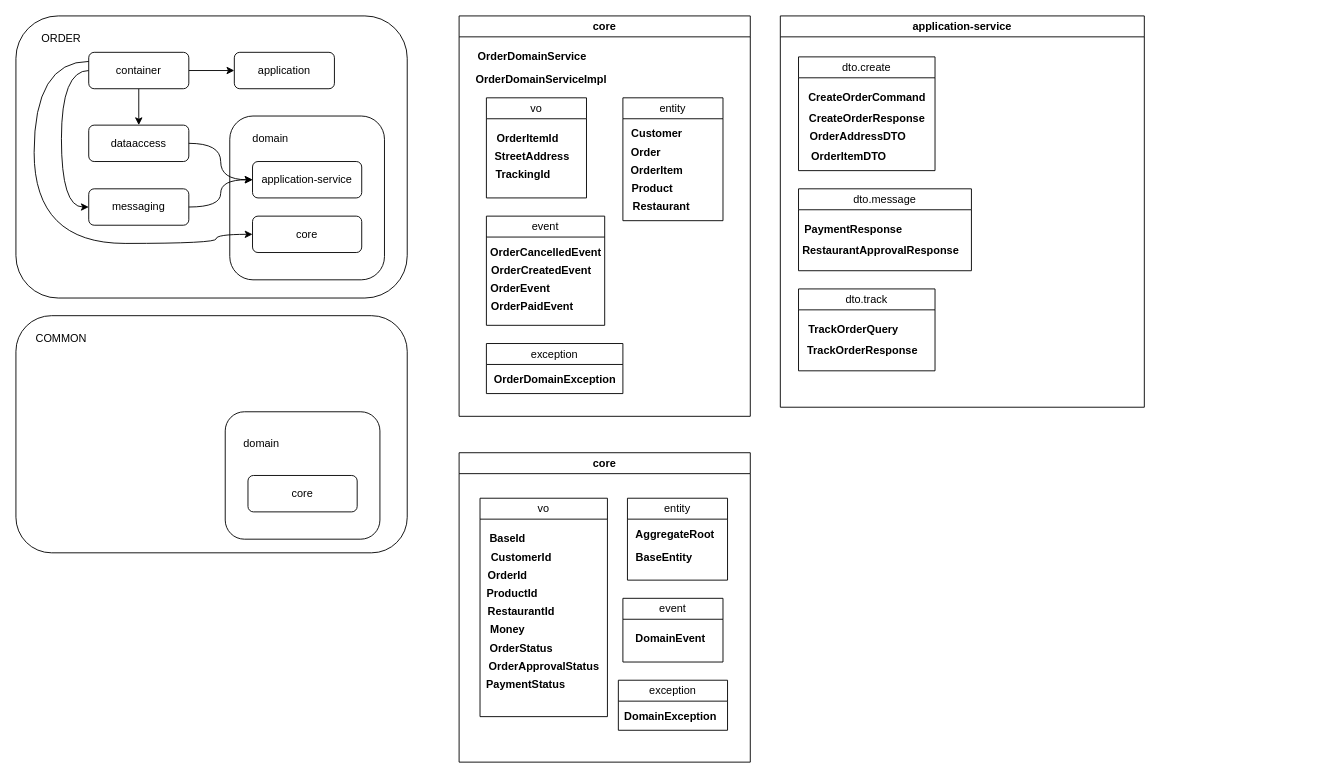
Before: jays-fos-blueprint1.drawio in jays-codes/diagrams, a draw.io diagram. Source tidied: cells renumbered, new cells numbered last; positions are measured from the earlier drawing's top-left corner, leaving out a move shared by most shapes. Both pictures are drawn from the tidied source at 91%, with x=0, y=0 at pixel (15, 15).
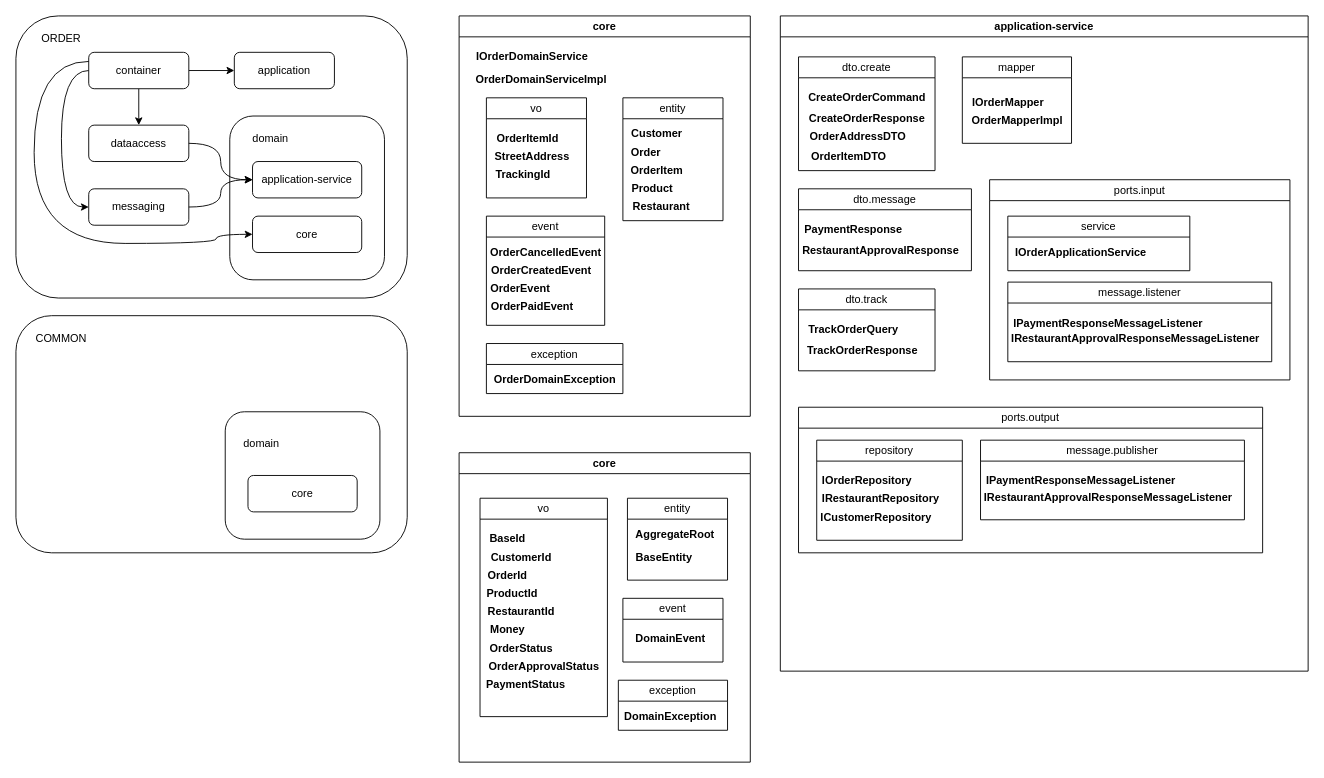
Above is the later version.

Commit message:
added for order-application-service; input output ports

The change refers to these unchanged cells:
```xml
<mxCell id="26" value="core" style="swimlane;whiteSpace=wrap;html=1;" parent="1" vertex="1">
  <mxGeometry x="487" width="320" height="440" as="geometry" />
</mxCell>
```

Diff of the diagram source:
```diff
@@
     <mxCell id="2" value="application-service" style="swimlane;whiteSpace=wrap;html=1;" parent="1" vertex="1">
-      <mxGeometry x="840" width="400" height="430" as="geometry" />
+      <mxGeometry x="840" width="580" height="720" as="geometry" />
     </mxCell>
@@
+    <mxCell id="74" value="&lt;span style=&quot;font-weight: normal;&quot;&gt;mapper&lt;/span&gt;" style="swimlane;whiteSpace=wrap;html=1;align=center;" parent="2" vertex="1">
+      <mxGeometry x="200" y="45" width="120" height="95" as="geometry" />
+    </mxCell>
+    <mxCell id="75" value="IOrderMapper" style="text;html=1;align=center;verticalAlign=middle;strokeColor=none;fillColor=none;fontStyle=1;" parent="74" vertex="1">
+      <mxGeometry y="35" width="100" height="30" as="geometry" />
+    </mxCell>
+    <mxCell id="76" value="OrderMapperImpl" style="text;html=1;align=center;verticalAlign=middle;strokeColor=none;fillColor=none;fontStyle=1;" parent="74" vertex="1">
+      <mxGeometry y="55" width="120" height="30" as="geometry" />
+    </mxCell>
+    <mxCell id="77" value="&lt;span style=&quot;font-weight: normal;&quot;&gt;ports.input&lt;/span&gt;" style="swimlane;whiteSpace=wrap;html=1;align=center;" parent="2" vertex="1">
+      <mxGeometry x="230" y="180" width="330" height="220" as="geometry" />
+    </mxCell>
+    <mxCell id="78" value="&lt;span style=&quot;font-weight: normal;&quot;&gt;service&lt;/span&gt;" style="swimlane;whiteSpace=wrap;html=1;align=center;" parent="77" vertex="1">
+      <mxGeometry x="20" y="40" width="200" height="60" as="geometry" />
+    </mxCell>
+    <mxCell id="79" value="IOrderApplicationService" style="text;html=1;align=center;verticalAlign=middle;strokeColor=none;fillColor=none;fontStyle=1;" parent="78" vertex="1">
+      <mxGeometry y="25" width="160" height="30" as="geometry" />
+    </mxCell>
+    <mxCell id="80" value="&lt;span style=&quot;font-weight: normal;&quot;&gt;message.listener&lt;/span&gt;" style="swimlane;whiteSpace=wrap;html=1;align=center;" parent="77" vertex="1">
+      <mxGeometry x="20" y="112.5" width="290" height="87.5" as="geometry" />
+    </mxCell>
+    <mxCell id="81" value="IPaymentResponseMessageListener" style="text;html=1;align=center;verticalAlign=middle;strokeColor=none;fillColor=none;fontStyle=1;" parent="80" vertex="1">
+      <mxGeometry y="30" width="220" height="30" as="geometry" />
+    </mxCell>
+    <mxCell id="82" value="IRestaurantApprovalResponse&lt;span style=&quot;background-color: initial;&quot;&gt;MessageListener&lt;/span&gt;" style="text;html=1;align=center;verticalAlign=middle;strokeColor=none;fillColor=none;fontStyle=1;" parent="80" vertex="1">
+      <mxGeometry y="47.5" width="280" height="30" as="geometry" />
+    </mxCell>
+    <mxCell id="83" value="&lt;span style=&quot;font-weight: normal;&quot;&gt;ports.output&lt;/span&gt;" style="swimlane;whiteSpace=wrap;html=1;align=center;" parent="2" vertex="1">
+      <mxGeometry x="20" y="430" width="510" height="160" as="geometry" />
+    </mxCell>
+    <mxCell id="84" value="&lt;span style=&quot;font-weight: normal;&quot;&gt;repository&lt;/span&gt;" style="swimlane;whiteSpace=wrap;html=1;align=center;" parent="83" vertex="1">
+      <mxGeometry x="20" y="36.2" width="160" height="110" as="geometry" />
+    </mxCell>
+    <mxCell id="85" value="IOrderRepository" style="text;html=1;align=center;verticalAlign=middle;strokeColor=none;fillColor=none;fontStyle=1;" parent="84" vertex="1">
+      <mxGeometry y="30" width="110" height="30" as="geometry" />
+    </mxCell>
+    <mxCell id="86" value="IRestaurantRepository" style="text;html=1;align=center;verticalAlign=middle;strokeColor=none;fillColor=none;fontStyle=1;" parent="84" vertex="1">
+      <mxGeometry y="50" width="140" height="30" as="geometry" />
+    </mxCell>
+    <mxCell id="87" value="ICustomerRepository" style="text;html=1;align=center;verticalAlign=middle;strokeColor=none;fillColor=none;fontStyle=1;" parent="84" vertex="1">
+      <mxGeometry x="-5" y="70" width="140" height="30" as="geometry" />
+    </mxCell>
+    <mxCell id="88" value="&lt;span style=&quot;font-weight: normal;&quot;&gt;message.publisher&lt;/span&gt;" style="swimlane;whiteSpace=wrap;html=1;align=center;" parent="83" vertex="1">
+      <mxGeometry x="200" y="36.2" width="290" height="87.5" as="geometry" />
+    </mxCell>
+    <mxCell id="89" value="IPaymentResponseMessageListener" style="text;html=1;align=center;verticalAlign=middle;strokeColor=none;fillColor=none;fontStyle=1;" parent="88" vertex="1">
+      <mxGeometry y="30" width="220" height="30" as="geometry" />
+    </mxCell>
+    <mxCell id="90" value="IRestaurantApprovalResponse&lt;span style=&quot;background-color: initial;&quot;&gt;MessageListener&lt;/span&gt;" style="text;html=1;align=center;verticalAlign=middle;strokeColor=none;fillColor=none;fontStyle=1;" parent="88" vertex="1">
+      <mxGeometry y="47.5" width="280" height="30" as="geometry" />
+    </mxCell>
@@
-    <mxCell id="44" value="OrderDomainService" style="text;html=1;align=center;verticalAlign=middle;strokeColor=none;fillColor=none;fontStyle=1;" parent="26" vertex="1">
+    <mxCell id="44" value="IOrderDomainService" style="text;html=1;align=center;verticalAlign=middle;strokeColor=none;fillColor=none;fontStyle=1;" parent="26" vertex="1">
       <mxGeometry x="10" y="30" width="140" height="30" as="geometry" />
     </mxCell>
```
